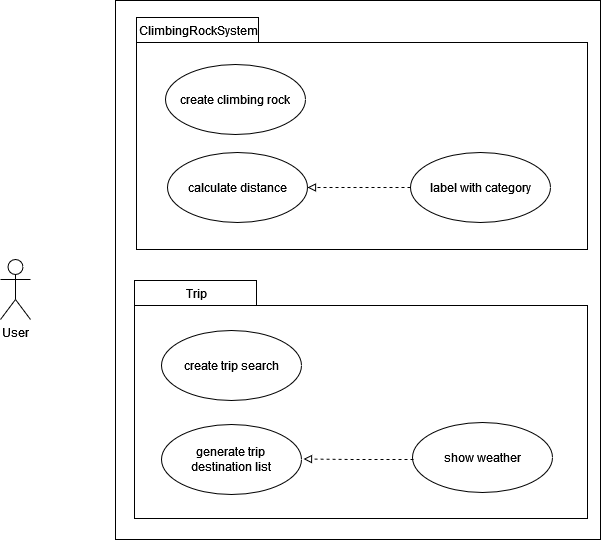
Above: planOnRocks_UCD.png in eicul04/PlanOnRocks-documentation (draw.io), before the change. Source tidied: cells renumbered, new cells last; positions are measured from the earlier drawing's top-left corner, leaving out a move shared by most shapes.
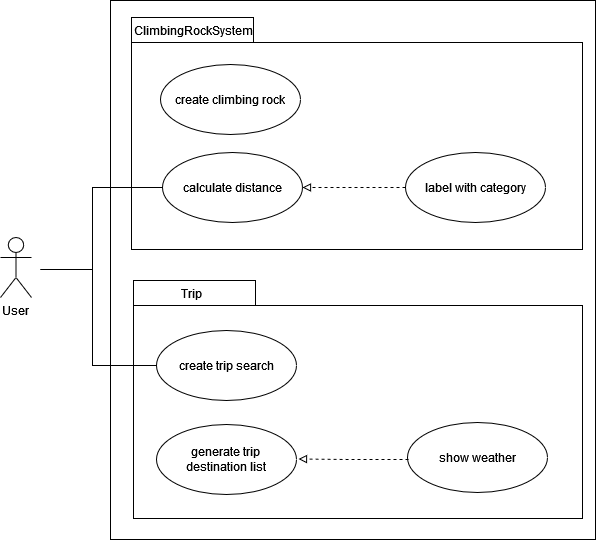
Later version of the same file.

What changed in the source:
```diff
@@ -15,7 +15,7 @@
       <mxGeometry x="165" y="64" width="140" height="70" as="geometry" />
     </mxCell>
     <mxCell id="6" style="shape=folder;fontStyle=1;spacingTop=10;tabWidth=122;tabHeight=25;tabPosition=left;html=1;" parent="1" vertex="1">
-      <mxGeometry x="134" y="280" width="453" height="238" as="geometry" />
+      <mxGeometry x="138" y="280" width="449" height="238" as="geometry" />
     </mxCell>
     <mxCell id="7" value="Trip" style="text;html=1;align=center;verticalAlign=middle;strokeColor=none;fillColor=none;" parent="1" vertex="1">
       <mxGeometry x="181" y="284" width="30" height="18" as="geometry" />
@@ -23,6 +23,14 @@
     <mxCell id="8" value="create trip search" style="ellipse;whiteSpace=wrap;html=1;" parent="1" vertex="1">
       <mxGeometry x="161" y="330" width="140" height="70" as="geometry" />
     </mxCell>
+    <mxCell id="16" style="edgeStyle=elbowEdgeStyle;rounded=0;jettySize=auto;html=1;endArrow=none;endFill=0;" parent="1" edge="1" source="9">
+      <mxGeometry relative="1" as="geometry">
+        <mxPoint x="45" y="269" as="targetPoint" />
+        <Array as="points">
+          <mxPoint x="97" y="228" />
+        </Array>
+      </mxGeometry>
+    </mxCell>
     <mxCell id="9" value="calculate distance" style="ellipse;whiteSpace=wrap;html=1;" parent="1" vertex="1">
       <mxGeometry x="167" y="152" width="140" height="70" as="geometry" />
     </mxCell>
@@ -47,8 +55,16 @@
         </Array>
       </mxGeometry>
     </mxCell>
+    <mxCell id="17" style="edgeStyle=elbowEdgeStyle;rounded=0;jettySize=auto;html=1;endArrow=none;endFill=0;entryX=0;entryY=0.5;entryDx=0;entryDy=0;startArrow=none;" parent="1" edge="1" target="8">
+      <mxGeometry relative="1" as="geometry">
+        <mxPoint x="45" y="269" as="sourcePoint" />
+        <Array as="points">
+          <mxPoint x="97" y="310" />
+        </Array>
+      </mxGeometry>
+    </mxCell>
     <mxCell id="15" value="User" style="shape=umlActor;verticalLabelPosition=bottom;verticalAlign=top;html=1;" parent="1" vertex="1">
-      <mxGeometry y="259" width="30" height="60" as="geometry" />
+      <mxGeometry x="5" y="237" width="31" height="60" as="geometry" />
     </mxCell>
   </root>
 </mxGraphModel>
```
